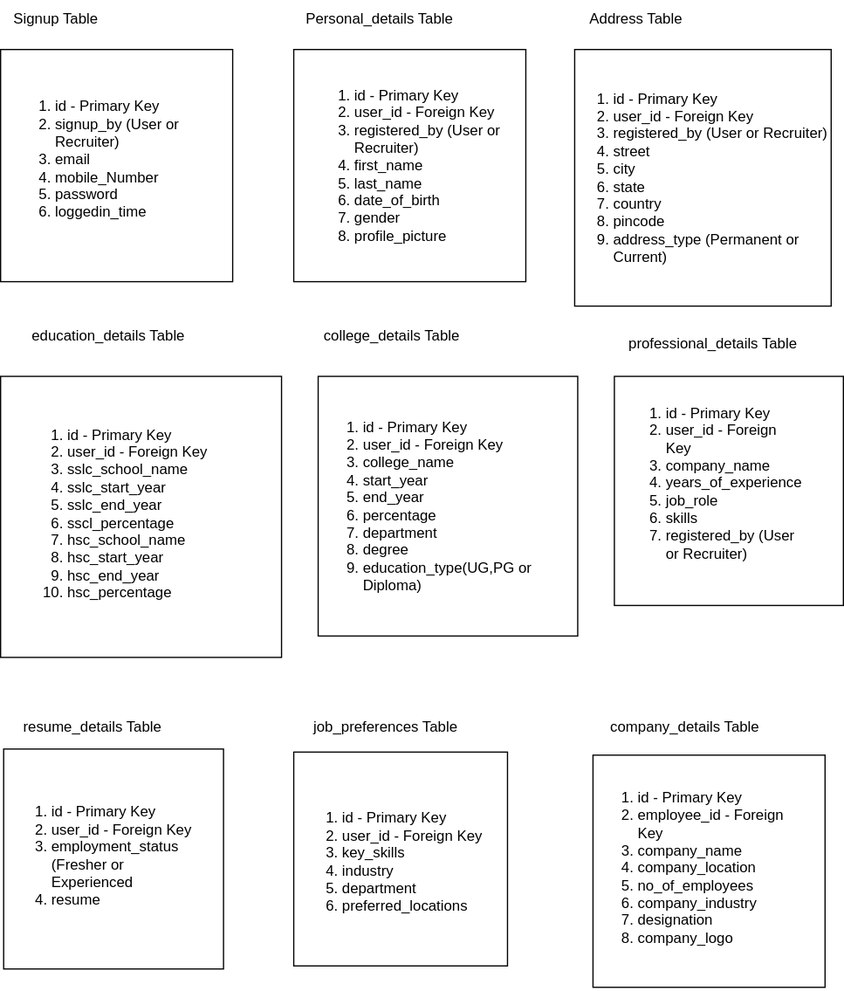
This is fieldmaping.drawio.svg from JobPortal006/backend, a draw.io export, as it was before one commit. Source tidied: cells renumbered, new cells last; positions are measured from the earlier drawing's top-left corner, leaving out a move shared by most shapes.
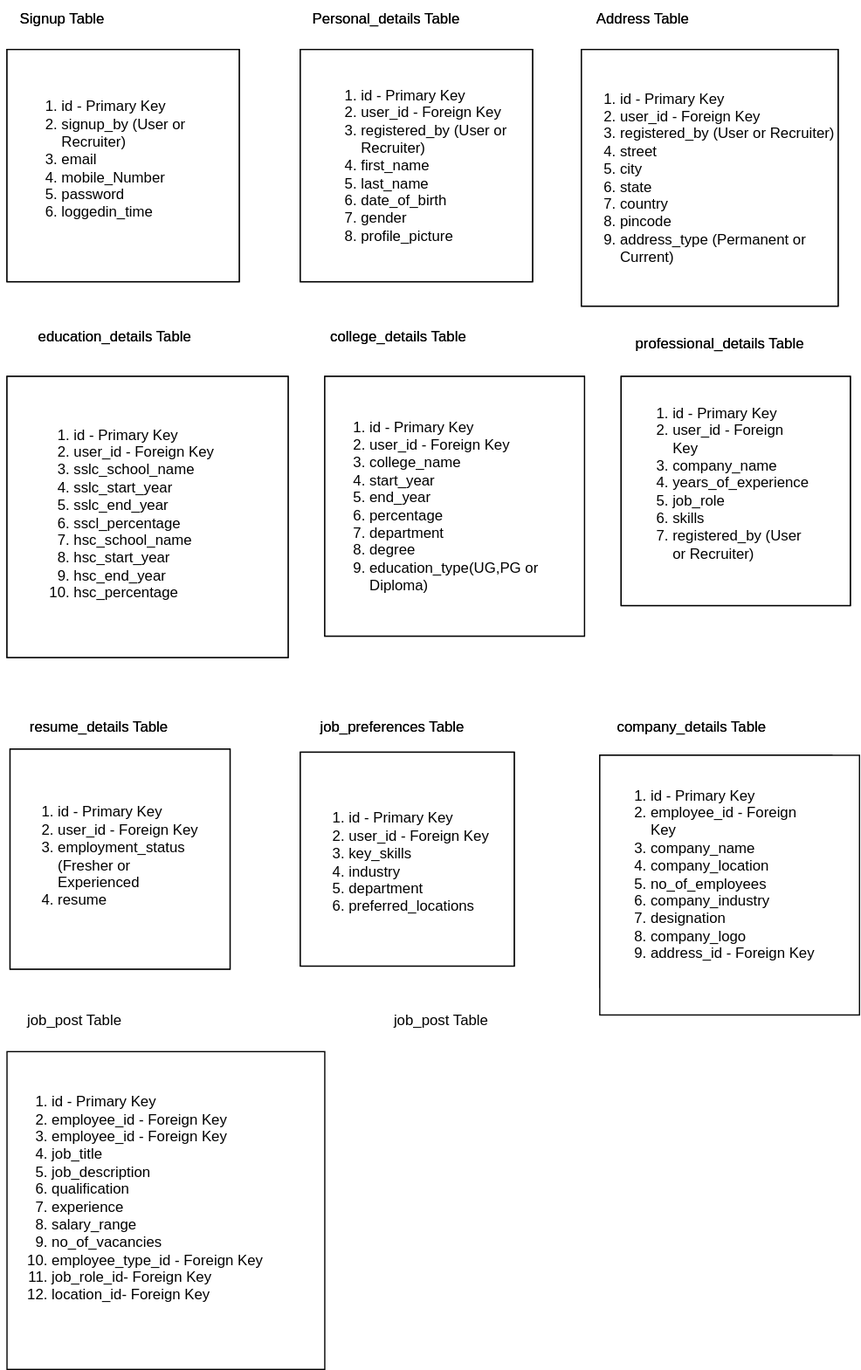
After the change.

Change to the diagram source:
```diff
@@ -83,5 +83,98 @@
     <mxCell id="28" value="&lt;ol&gt;&lt;li&gt;id - Primary Key&lt;/li&gt;&lt;li&gt;user_id - Foreign Key&lt;/li&gt;&lt;li&gt;college_name&lt;/li&gt;&lt;li&gt;start_year&lt;/li&gt;&lt;li&gt;end_year&lt;/li&gt;&lt;li&gt;percentage&lt;/li&gt;&lt;li&gt;department&lt;/li&gt;&lt;li&gt;degree&lt;/li&gt;&lt;li&gt;education_type(UG,PG or Diploma)&lt;/li&gt;&lt;/ol&gt;" style="text;strokeColor=none;fillColor=none;html=1;whiteSpace=wrap;verticalAlign=middle;overflow=hidden;" parent="1" vertex="1">
       <mxGeometry x="255" y="296.2" width="200" height="235" as="geometry" />
     </mxCell>
+    <mxCell id="29" style="whiteSpace=wrap;html=1;" parent="1" vertex="1">
+      <mxGeometry y="40" width="190" height="190" as="geometry" />
+    </mxCell>
+    <mxCell id="30" style="whiteSpace=wrap;html=1;" parent="1" vertex="1">
+      <mxGeometry x="240" y="40" width="190" height="190" as="geometry" />
+    </mxCell>
+    <mxCell id="31" value="&lt;ol&gt;&lt;li&gt;id - Primary Key&lt;/li&gt;&lt;li&gt;user_id - Foreign Key&lt;/li&gt;&lt;li&gt;registered_by (User or Recruiter)&lt;/li&gt;&lt;li&gt;first_name&lt;/li&gt;&lt;li&gt;last_name&lt;/li&gt;&lt;li&gt;date_of_birth&lt;/li&gt;&lt;li&gt;gender&lt;/li&gt;&lt;li&gt;profile_picture&lt;/li&gt;&lt;/ol&gt;" style="text;strokeColor=none;fillColor=none;html=1;whiteSpace=wrap;verticalAlign=middle;overflow=hidden;" parent="1" vertex="1">
+      <mxGeometry x="247.5" y="32.5" width="170" height="205" as="geometry" />
+    </mxCell>
+    <mxCell id="32" value="Signup Table" style="text;html=1;align=center;verticalAlign=middle;strokeColor=none;fillColor=none;" parent="1" vertex="1">
+      <mxGeometry width="90" height="30" as="geometry" />
+    </mxCell>
+    <mxCell id="33" value="&lt;ol&gt;&lt;li&gt;id - Primary Key&lt;/li&gt;&lt;li&gt;signup_by (User or Recruiter)&lt;/li&gt;&lt;li&gt;email&lt;/li&gt;&lt;li&gt;mobile_Number&lt;/li&gt;&lt;li&gt;password&lt;/li&gt;&lt;li&gt;loggedin_time&lt;/li&gt;&lt;/ol&gt;" style="text;strokeColor=none;fillColor=none;html=1;whiteSpace=wrap;verticalAlign=middle;overflow=hidden;" parent="1" vertex="1">
+      <mxGeometry x="2.5" y="45" width="170" height="170" as="geometry" />
+    </mxCell>
+    <mxCell id="34" style="whiteSpace=wrap;html=1;" parent="1" vertex="1">
+      <mxGeometry x="470" y="40" width="210" height="210" as="geometry" />
+    </mxCell>
+    <mxCell id="35" value="&lt;ol&gt;&lt;li&gt;id - Primary Key&lt;/li&gt;&lt;li&gt;user_id - Foreign Key&lt;/li&gt;&lt;li&gt;registered_by (User or Recruiter)&lt;/li&gt;&lt;li&gt;street&lt;/li&gt;&lt;li&gt;city&lt;/li&gt;&lt;li&gt;state&lt;/li&gt;&lt;li&gt;country&lt;/li&gt;&lt;li&gt;pincode&lt;/li&gt;&lt;li&gt;address_type (Permanent or Current)&lt;/li&gt;&lt;/ol&gt;" style="text;strokeColor=none;fillColor=none;html=1;whiteSpace=wrap;verticalAlign=middle;overflow=hidden;" parent="1" vertex="1">
+      <mxGeometry x="460" y="30" width="230" height="230" as="geometry" />
+    </mxCell>
+    <mxCell id="36" value="Personal_details Table" style="text;html=1;align=center;verticalAlign=middle;strokeColor=none;fillColor=none;" parent="1" vertex="1">
+      <mxGeometry x="240" width="140" height="30" as="geometry" />
+    </mxCell>
+    <mxCell id="37" value="Address Table" style="text;html=1;align=center;verticalAlign=middle;strokeColor=none;fillColor=none;" parent="1" vertex="1">
+      <mxGeometry x="470" width="100" height="30" as="geometry" />
+    </mxCell>
+    <mxCell id="38" value="education_details Table" style="text;html=1;align=center;verticalAlign=middle;strokeColor=none;fillColor=none;" parent="1" vertex="1">
+      <mxGeometry x="12.5" y="260" width="150" height="30" as="geometry" />
+    </mxCell>
+    <mxCell id="39" style="whiteSpace=wrap;html=1;" parent="1" vertex="1">
+      <mxGeometry y="307.5" width="230" height="230" as="geometry" />
+    </mxCell>
+    <mxCell id="40" value="&lt;ol&gt;&lt;li&gt;id - Primary Key&lt;/li&gt;&lt;li&gt;user_id - Foreign Key&lt;/li&gt;&lt;li&gt;sslc_school_name&lt;/li&gt;&lt;li&gt;sslc_start_year&lt;/li&gt;&lt;li&gt;sslc_end_year&lt;/li&gt;&lt;li&gt;sscl_percentage&lt;/li&gt;&lt;li&gt;hsc_school_name&lt;/li&gt;&lt;li&gt;hsc_start_year&lt;/li&gt;&lt;li&gt;hsc_end_year&lt;/li&gt;&lt;li&gt;hsc_percentage&lt;/li&gt;&lt;/ol&gt;" style="text;strokeColor=none;fillColor=none;html=1;whiteSpace=wrap;verticalAlign=middle;overflow=hidden;" parent="1" vertex="1">
+      <mxGeometry x="12.5" y="302.5" width="200" height="235" as="geometry" />
+    </mxCell>
+    <mxCell id="41" value="resume_details Table" style="text;html=1;align=center;verticalAlign=middle;strokeColor=none;fillColor=none;" parent="1" vertex="1">
+      <mxGeometry x="5" y="580" width="140" height="30" as="geometry" />
+    </mxCell>
+    <mxCell id="42" style="whiteSpace=wrap;html=1;" parent="1" vertex="1">
+      <mxGeometry x="2.5" y="612.5" width="180" height="180" as="geometry" />
+    </mxCell>
+    <mxCell id="43" value="&lt;ol&gt;&lt;li&gt;id - Primary Key&lt;/li&gt;&lt;li&gt;user_id - Foreign Key&lt;/li&gt;&lt;li&gt;employment_status (Fresher or Experienced&lt;/li&gt;&lt;li&gt;resume&lt;/li&gt;&lt;/ol&gt;" style="text;strokeColor=none;fillColor=none;html=1;whiteSpace=wrap;verticalAlign=middle;overflow=hidden;" parent="1" vertex="1">
+      <mxGeometry y="615" width="162.5" height="170" as="geometry" />
+    </mxCell>
+    <mxCell id="44" value="professional_details Table" style="text;html=1;align=center;verticalAlign=middle;strokeColor=none;fillColor=none;" parent="1" vertex="1">
+      <mxGeometry x="502.5" y="266.2" width="160" height="30" as="geometry" />
+    </mxCell>
+    <mxCell id="45" style="whiteSpace=wrap;html=1;" parent="1" vertex="1">
+      <mxGeometry x="502.5" y="307.5" width="187.5" height="187.5" as="geometry" />
+    </mxCell>
+    <mxCell id="46" value="&lt;ol&gt;&lt;li&gt;id - Primary Key&lt;/li&gt;&lt;li&gt;user_id - Foreign Key&lt;/li&gt;&lt;li&gt;company_name&lt;/li&gt;&lt;li&gt;years_of_experience&lt;/li&gt;&lt;li&gt;job_role&lt;/li&gt;&lt;li&gt;skills&lt;/li&gt;&lt;li&gt;registered_by (User or Recruiter)&lt;/li&gt;&lt;/ol&gt;" style="text;strokeColor=none;fillColor=none;html=1;whiteSpace=wrap;verticalAlign=middle;overflow=hidden;" parent="1" vertex="1">
+      <mxGeometry x="502.5" y="310" width="155" height="170" as="geometry" />
+    </mxCell>
+    <mxCell id="47" value="company_details Table" style="text;html=1;align=center;verticalAlign=middle;strokeColor=none;fillColor=none;" parent="1" vertex="1">
+      <mxGeometry x="485" y="580" width="150" height="30" as="geometry" />
+    </mxCell>
+    <mxCell id="48" style="whiteSpace=wrap;html=1;" parent="1" vertex="1">
+      <mxGeometry x="485" y="617.5" width="212.5" height="212.5" as="geometry" />
+    </mxCell>
+    <mxCell id="49" value="&lt;ol&gt;&lt;li&gt;id - Primary Key&lt;/li&gt;&lt;li&gt;employee_id - Foreign Key&lt;/li&gt;&lt;li&gt;company_name&lt;/li&gt;&lt;li&gt;company_location&lt;/li&gt;&lt;li&gt;no_of_employees&lt;/li&gt;&lt;li&gt;company_industry&lt;/li&gt;&lt;li&gt;designation&lt;/li&gt;&lt;li&gt;company_logo&lt;/li&gt;&lt;li&gt;address_id - Foreign Key&lt;/li&gt;&lt;/ol&gt;" style="text;strokeColor=none;fillColor=none;html=1;whiteSpace=wrap;verticalAlign=middle;overflow=hidden;" parent="1" vertex="1">
+      <mxGeometry x="485" y="610" width="177.5" height="210" as="geometry" />
+    </mxCell>
+    <mxCell id="50" value="job_preferences Table" style="text;html=1;align=center;verticalAlign=middle;strokeColor=none;fillColor=none;" parent="1" vertex="1">
+      <mxGeometry x="245" y="580" width="140" height="30" as="geometry" />
+    </mxCell>
+    <mxCell id="51" style="whiteSpace=wrap;html=1;" parent="1" vertex="1">
+      <mxGeometry x="240" y="615" width="175" height="175" as="geometry" />
+    </mxCell>
+    <mxCell id="52" value="&lt;ol&gt;&lt;li&gt;id - Primary Key&lt;/li&gt;&lt;li&gt;user_id - Foreign Key&lt;/li&gt;&lt;li&gt;key_skills&lt;/li&gt;&lt;li&gt;industry&lt;/li&gt;&lt;li&gt;department&lt;/li&gt;&lt;li&gt;preferred_locations&lt;/li&gt;&lt;/ol&gt;" style="text;strokeColor=none;fillColor=none;html=1;whiteSpace=wrap;verticalAlign=middle;overflow=hidden;" parent="1" vertex="1">
+      <mxGeometry x="237.5" y="625" width="172.5" height="160" as="geometry" />
+    </mxCell>
+    <mxCell id="53" value="college_details Table" style="text;html=1;align=center;verticalAlign=middle;strokeColor=none;fillColor=none;" parent="1" vertex="1">
+      <mxGeometry x="255" y="260" width="130" height="30" as="geometry" />
+    </mxCell>
+    <mxCell id="54" style="whiteSpace=wrap;html=1;" parent="1" vertex="1">
+      <mxGeometry x="260" y="307.5" width="212.5" height="212.5" as="geometry" />
+    </mxCell>
+    <mxCell id="55" value="&lt;ol&gt;&lt;li&gt;id - Primary Key&lt;/li&gt;&lt;li&gt;user_id - Foreign Key&lt;/li&gt;&lt;li&gt;college_name&lt;/li&gt;&lt;li&gt;start_year&lt;/li&gt;&lt;li&gt;end_year&lt;/li&gt;&lt;li&gt;percentage&lt;/li&gt;&lt;li&gt;department&lt;/li&gt;&lt;li&gt;degree&lt;/li&gt;&lt;li&gt;education_type(UG,PG or Diploma)&lt;/li&gt;&lt;/ol&gt;" style="text;strokeColor=none;fillColor=none;html=1;whiteSpace=wrap;verticalAlign=middle;overflow=hidden;" parent="1" vertex="1">
+      <mxGeometry x="255" y="296.2" width="200" height="235" as="geometry" />
+    </mxCell>
+    <mxCell id="56" value="job_post Table" style="text;html=1;align=center;verticalAlign=middle;strokeColor=none;fillColor=none;" parent="1" vertex="1">
+      <mxGeometry x="5" y="820" width="100" height="30" as="geometry" />
+    </mxCell>
+    <mxCell id="57" style="whiteSpace=wrap;html=1;" parent="1" vertex="1">
+      <mxGeometry y="860" width="260" height="260" as="geometry" />
+    </mxCell>
+    <mxCell id="58" value="&lt;ol&gt;&lt;li&gt;id - Primary Key&lt;/li&gt;&lt;li&gt;employee_id - Foreign Key&lt;/li&gt;&lt;li&gt;employee_id - Foreign Key&lt;/li&gt;&lt;li&gt;job_title&lt;br&gt;&lt;/li&gt;&lt;li&gt;job_description&lt;br&gt;&lt;/li&gt;&lt;li&gt;qualification&lt;br&gt;&lt;/li&gt;&lt;li&gt;experience&lt;br&gt;&lt;/li&gt;&lt;li&gt;salary_range&lt;/li&gt;&lt;li&gt;no_of_vacancies&lt;br&gt;&lt;/li&gt;&lt;li&gt;employee_type_id - Foreign Key&lt;br&gt;&lt;/li&gt;&lt;li&gt;job_role_id- Foreign Key&lt;/li&gt;&lt;li&gt;location_id- Foreign Key&lt;/li&gt;&lt;/ol&gt;" style="text;strokeColor=none;fillColor=none;html=1;whiteSpace=wrap;verticalAlign=middle;overflow=hidden;" parent="1" vertex="1">
+      <mxGeometry x="-5" y="850" width="260" height="260" as="geometry" />
+    </mxCell>
+    <mxCell id="59" value="job_post Table" style="text;html=1;align=center;verticalAlign=middle;strokeColor=none;fillColor=none;" parent="1" vertex="1">
+      <mxGeometry x="305" y="820" width="100" height="30" as="geometry" />
+    </mxCell>
   </root>
 </mxGraphModel>
```
